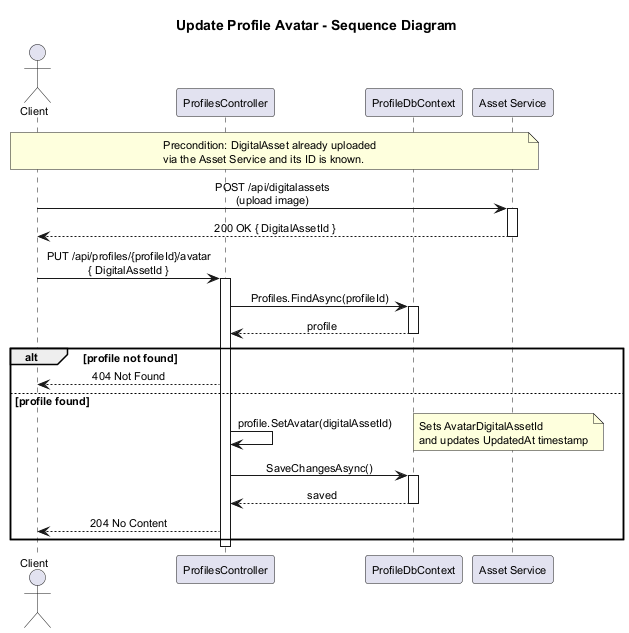
Earlier version of the PlantUML export docs/detailed-designs/04-profile-management/sequence-update-avatar.png (QuinntyneBrown/Coop).
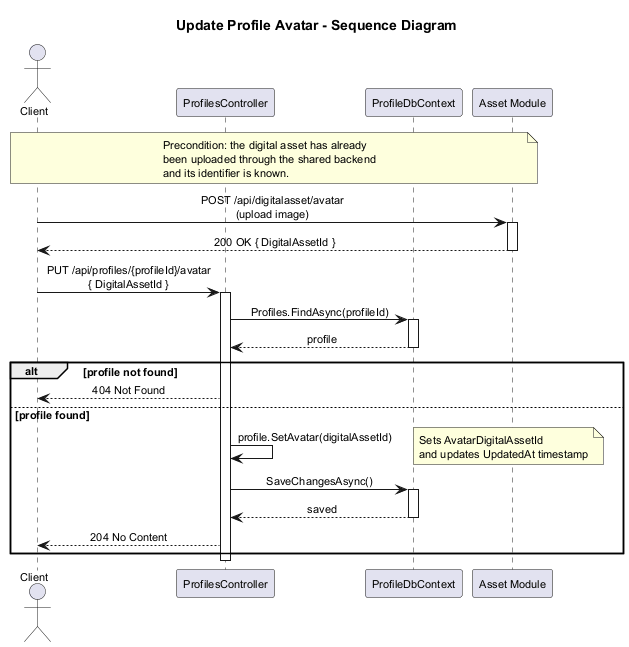
The same file after the commit.

The edit, as a diff of the source:
```diff
@@ -11,14 +11,15 @@
 actor Client
 participant "ProfilesController" as PC
 participant "ProfileDbContext" as DB
-participant "Asset Service" as Asset
+participant "Asset Module" as Asset
 
 note over Client, Asset
-  Precondition: DigitalAsset already uploaded
-  via the Asset Service and its ID is known.
+  Precondition: the digital asset has already
+  been uploaded through the shared backend
+  and its identifier is known.
 end note
 
-Client -> Asset : POST /api/digitalassets\n(upload image)
+Client -> Asset : POST /api/digitalasset/avatar\n(upload image)
 activate Asset
 Asset --> Client : 200 OK { DigitalAssetId }
 deactivate Asset
```
